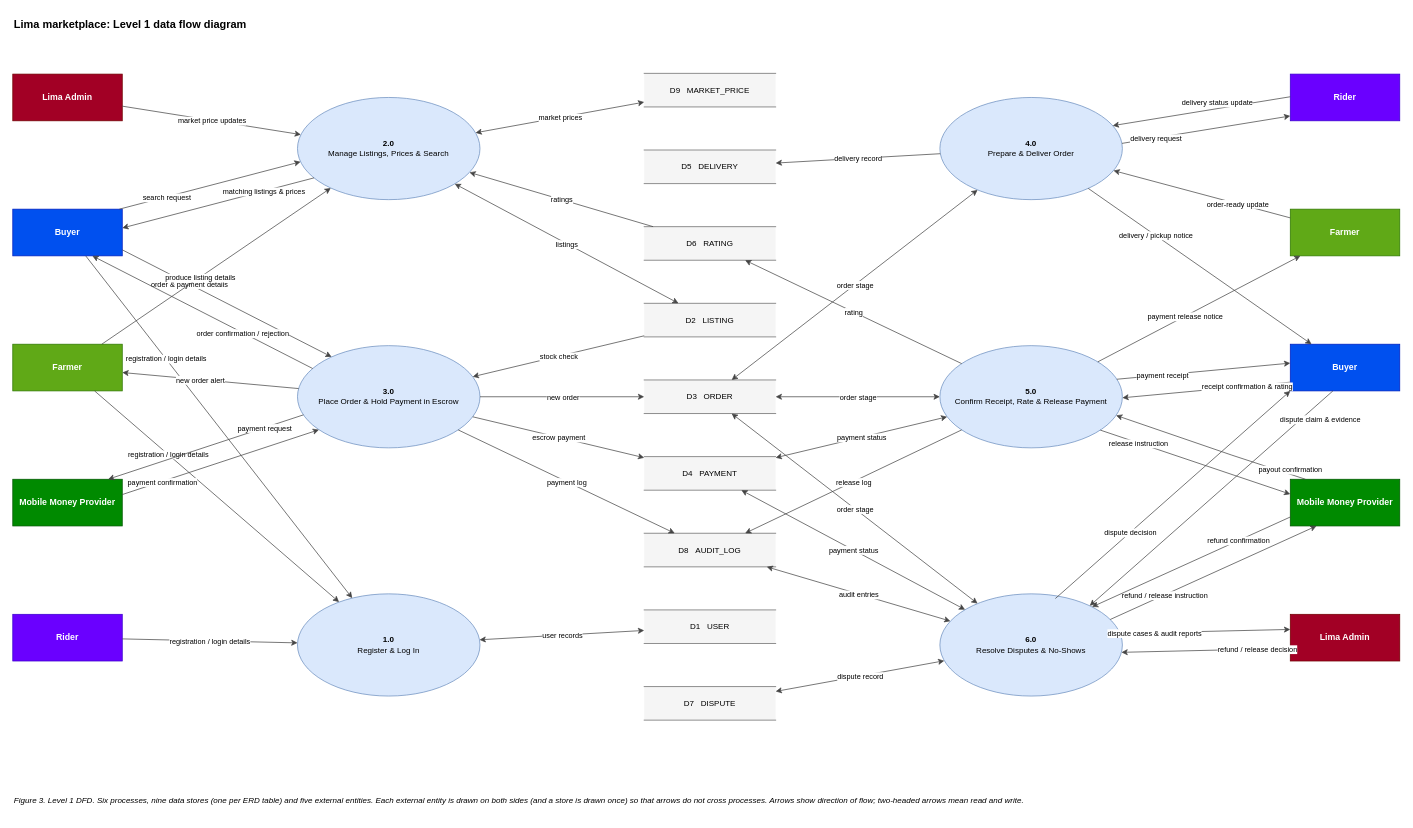
This is page "DFD Level 1" (5 of 7) of docs/LIMA_DESIGNS.drawio from RonnieG16/Lima-app, a draw.io file, before an edit. Source tidied: cells renumbered, new cells numbered last; positions are measured from the earlier drawing's top-left corner, leaving out a move shared by most shapes. Both pictures are drawn from the tidied source at 73%, with x=0, y=0 at pixel (12, 12).
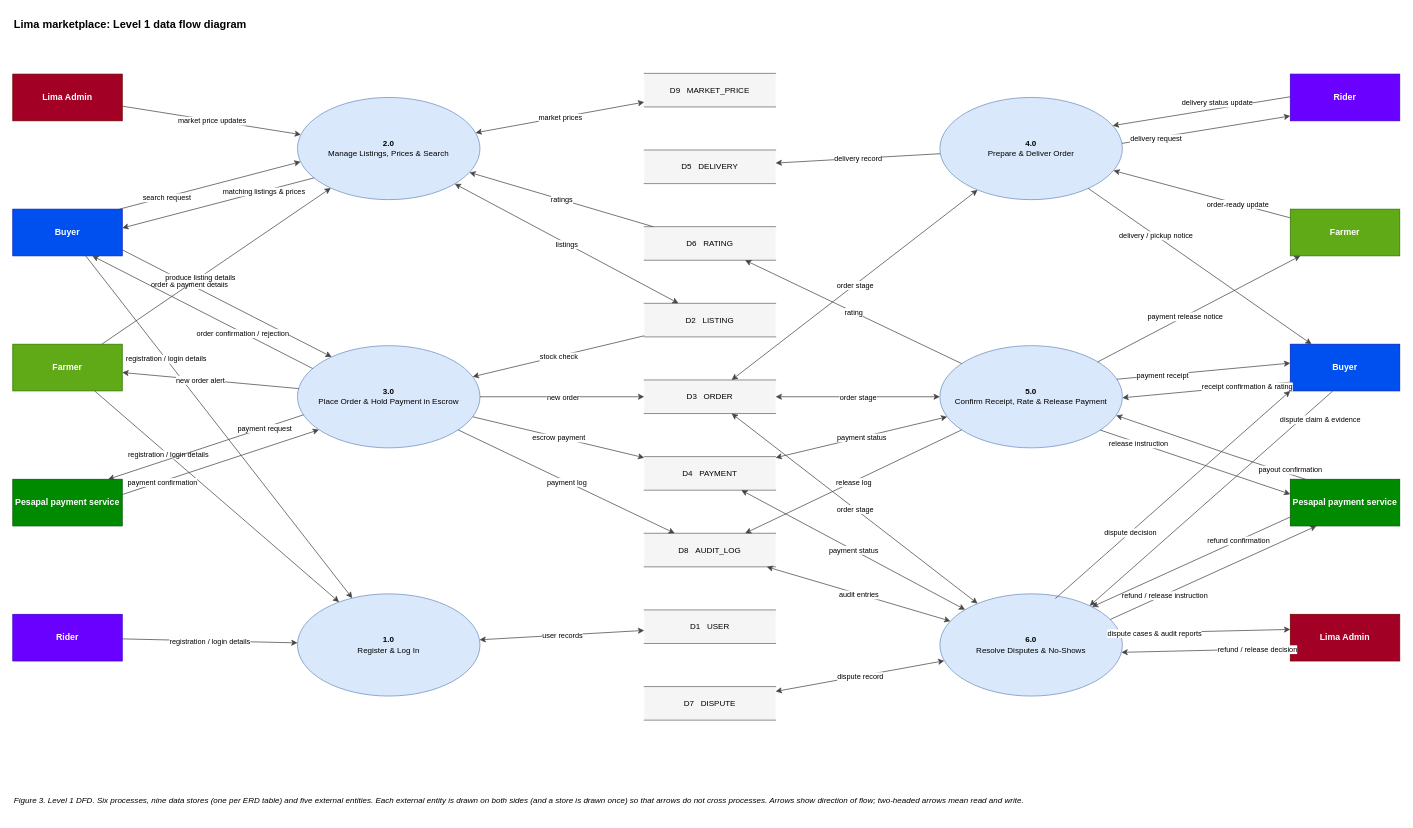
The same diagram, later.

Diff of the diagram source:
```diff
@@
-    <mxCell id="21" value="Mobile Money Provider" style="rounded=0;whiteSpace=wrap;html=1;fillColor=#008a00;strokeColor=#005700;fontStyle=1;fontSize=12;fontColor=#ffffff;" parent="1" vertex="1">
+    <mxCell id="21" value="Pesapal payment service" style="rounded=0;whiteSpace=wrap;html=1;fillColor=#008a00;strokeColor=#005700;fontStyle=1;fontSize=12;fontColor=#ffffff;" parent="1" vertex="1">
       <mxGeometry y="639" width="150" height="64" as="geometry" />
     </mxCell>
@@
-    <mxCell id="26" value="Mobile Money Provider" style="rounded=0;whiteSpace=wrap;html=1;fillColor=#008a00;strokeColor=#005700;fontStyle=1;fontSize=12;fontColor=#ffffff;" parent="1" vertex="1">
+    <mxCell id="26" value="Pesapal payment service" style="rounded=0;whiteSpace=wrap;html=1;fillColor=#008a00;strokeColor=#005700;fontStyle=1;fontSize=12;fontColor=#ffffff;" parent="1" vertex="1">
       <mxGeometry x="1750" y="639" width="150" height="64" as="geometry" />
     </mxCell>
```
